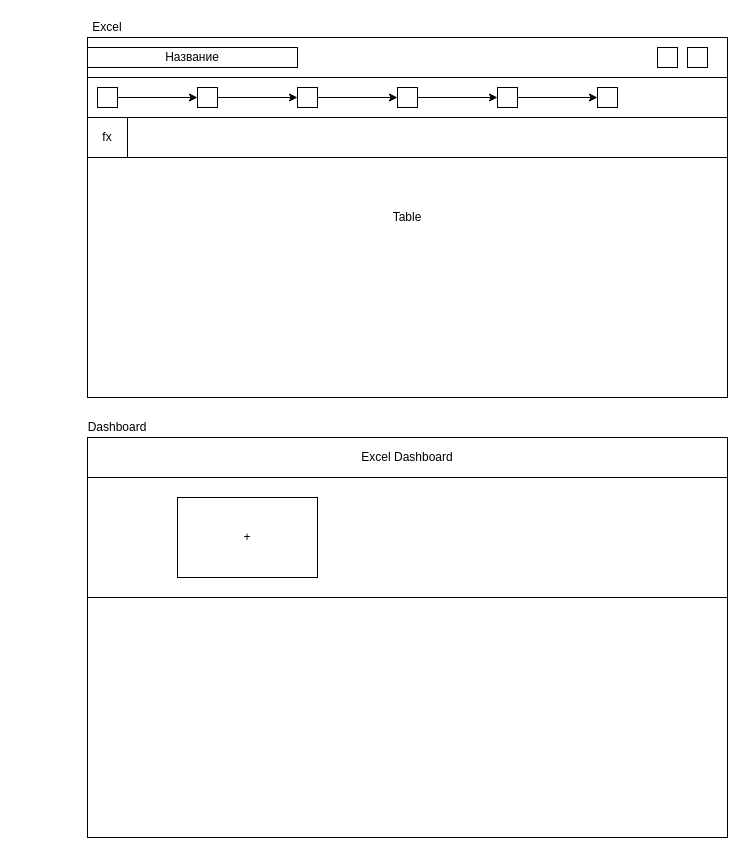
Before: Структура.drawio in DIMANVAZ/minin-excel-course, a draw.io diagram. Source tidied: cells renumbered, new cells numbered last; positions are measured from the earlier drawing's top-left corner, leaving out a move shared by most shapes. Both pictures are drawn from the tidied source at 100%, with x=0, y=0 at pixel (87, 17).
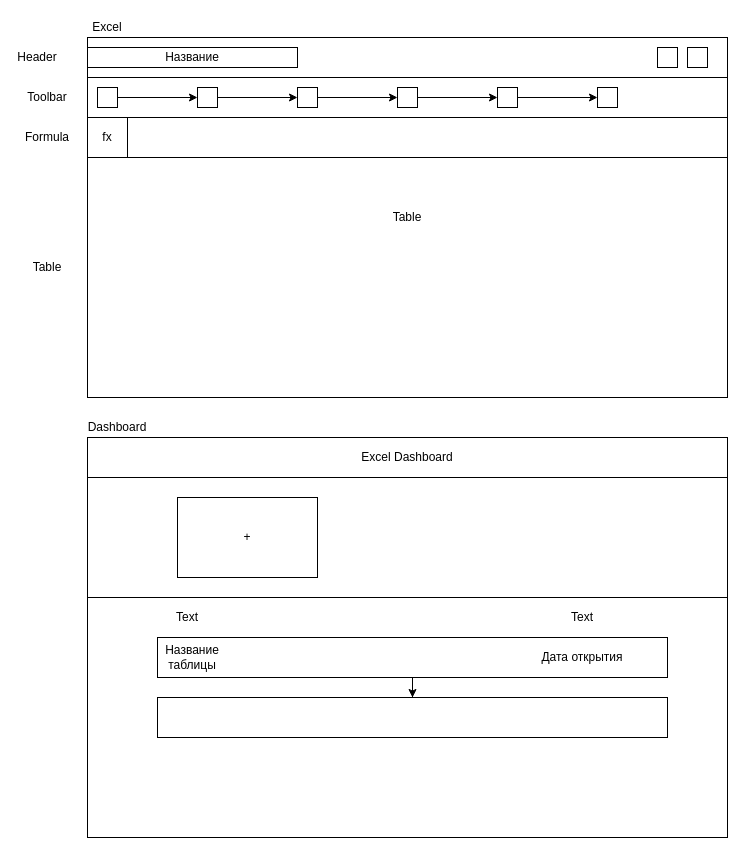
Above is the later version.

Diff of the diagram source:
```diff
@@
+    <mxCell id="27" style="edgeStyle=orthogonalEdgeStyle;rounded=0;jettySize=auto;html=1;" parent="1" edge="1" source="28" target="33">
+      <mxGeometry relative="1" as="geometry" />
+    </mxCell>
+    <mxCell id="28" style="rounded=0;whiteSpace=wrap;html=1;fillColor=none;" parent="1" vertex="1">
+      <mxGeometry x="70" y="620" width="510" height="40" as="geometry" />
+    </mxCell>
+    <mxCell id="29" value="Название таблицы" style="text;html=1;strokeColor=none;fillColor=none;align=center;verticalAlign=middle;whiteSpace=wrap;rounded=0;" parent="1" vertex="1">
+      <mxGeometry x="85" y="630" width="40" height="20" as="geometry" />
+    </mxCell>
+    <mxCell id="30" value="Дата открытия" style="text;html=1;strokeColor=none;fillColor=none;align=center;verticalAlign=middle;whiteSpace=wrap;rounded=0;" parent="1" vertex="1">
+      <mxGeometry x="440" y="630" width="110" height="20" as="geometry" />
+    </mxCell>
+    <mxCell id="31" value="Text" style="text;html=1;strokeColor=none;fillColor=none;align=center;verticalAlign=middle;whiteSpace=wrap;rounded=0;" parent="1" vertex="1">
+      <mxGeometry x="80" y="590" width="40" height="20" as="geometry" />
+    </mxCell>
+    <mxCell id="32" value="Text" style="text;html=1;strokeColor=none;fillColor=none;align=center;verticalAlign=middle;whiteSpace=wrap;rounded=0;" parent="1" vertex="1">
+      <mxGeometry x="475" y="590" width="40" height="20" as="geometry" />
+    </mxCell>
+    <mxCell id="33" style="rounded=0;whiteSpace=wrap;html=1;fillColor=none;" parent="1" vertex="1">
+      <mxGeometry x="70" y="680" width="510" height="40" as="geometry" />
+    </mxCell>
+    <mxCell id="34" value="Header" style="text;html=1;strokeColor=none;fillColor=none;align=center;verticalAlign=middle;whiteSpace=wrap;rounded=0;" parent="1" vertex="1">
+      <mxGeometry x="-70" y="30" width="40" height="20" as="geometry" />
+    </mxCell>
+    <mxCell id="35" value="Toolbar" style="text;html=1;strokeColor=none;fillColor=none;align=center;verticalAlign=middle;whiteSpace=wrap;rounded=0;" parent="1" vertex="1">
+      <mxGeometry x="-60" y="70" width="40" height="20" as="geometry" />
+    </mxCell>
+    <mxCell id="36" value="Formula" style="text;html=1;strokeColor=none;fillColor=none;align=center;verticalAlign=middle;whiteSpace=wrap;rounded=0;" parent="1" vertex="1">
+      <mxGeometry x="-60" y="110" width="40" height="20" as="geometry" />
+    </mxCell>
+    <mxCell id="37" value="Table" style="text;html=1;strokeColor=none;fillColor=none;align=center;verticalAlign=middle;whiteSpace=wrap;rounded=0;" parent="1" vertex="1">
+      <mxGeometry x="-60" y="240" width="40" height="20" as="geometry" />
+    </mxCell>
```
